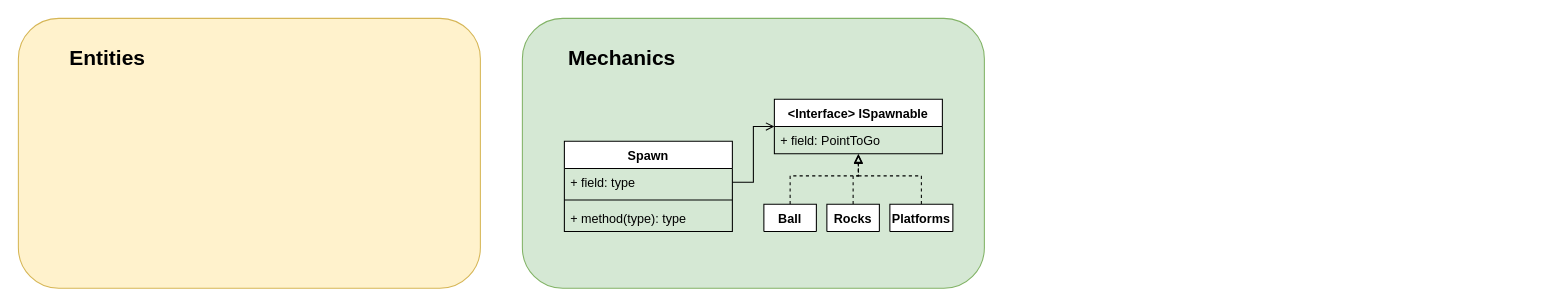
The draw.io diagram Docs/Chtulhitos_CardGame.drawio in AritzMar/game-jam-academy-2021, before the edit. Source tidied: cells renumbered, new cells numbered last; positions are measured from the earlier drawing's top-left corner, leaving out a move shared by most shapes. Both pictures are drawn from the tidied source at 105%, with x=0, y=0 at pixel (18, 18).
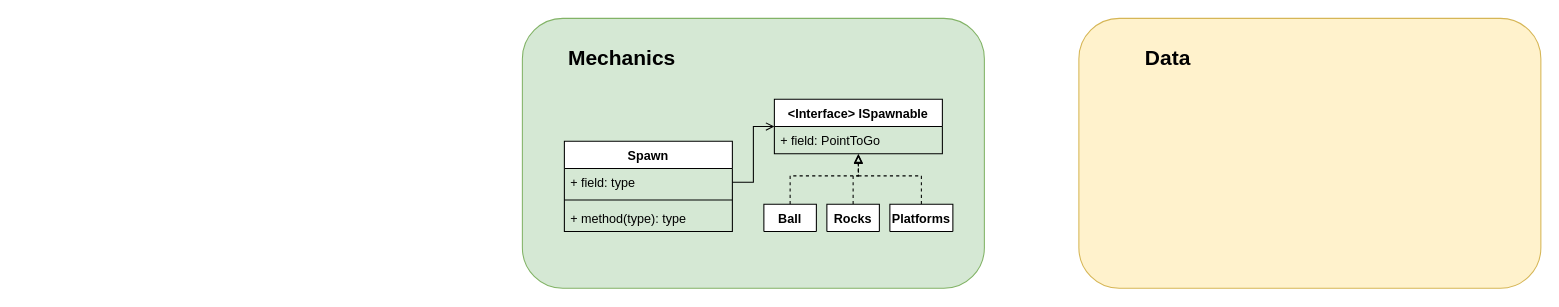
After the change.

Diff of the diagram source:
```diff
@@
     <mxCell id="2" style="rounded=1;whiteSpace=wrap;html=1;fillColor=#fff2cc;strokeColor=#d6b656;" parent="1" vertex="1">
-      <mxGeometry width="440" height="257" as="geometry" />
+      <mxGeometry x="1010" width="440" height="257" as="geometry" />
     </mxCell>
@@
-    <mxCell id="14" value="&lt;font style=&quot;font-size: 20px&quot;&gt;&lt;b&gt;Entities&lt;/b&gt;&lt;/font&gt;" style="text;html=1;strokeColor=none;fillColor=none;align=center;verticalAlign=middle;whiteSpace=wrap;rounded=0;" parent="1" vertex="1">
-      <mxGeometry x="30" y="27" width="110" height="20" as="geometry" />
+    <mxCell id="14" value="&lt;font style=&quot;font-size: 20px&quot;&gt;&lt;b&gt;Data&lt;/b&gt;&lt;/font&gt;" style="text;html=1;strokeColor=none;fillColor=none;align=center;verticalAlign=middle;whiteSpace=wrap;rounded=0;" parent="1" vertex="1">
+      <mxGeometry x="1040" y="27" width="110" height="20" as="geometry" />
     </mxCell>
```
